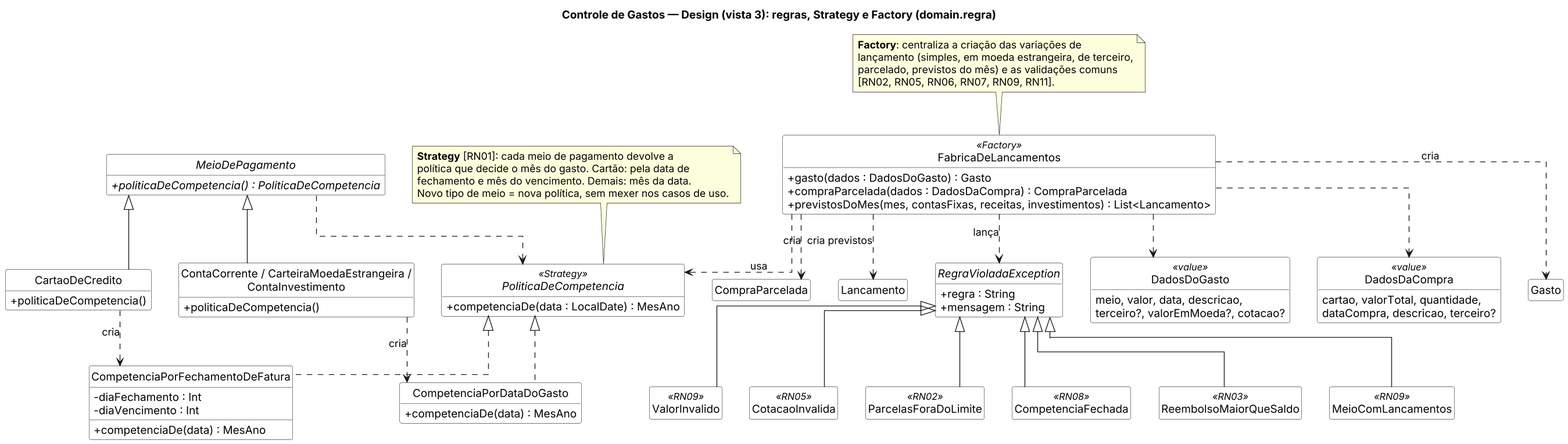
Above: docs/uml/design-3-regras.png in gabrielfbarbosa/gasto-certo (PlantUML), before the change.
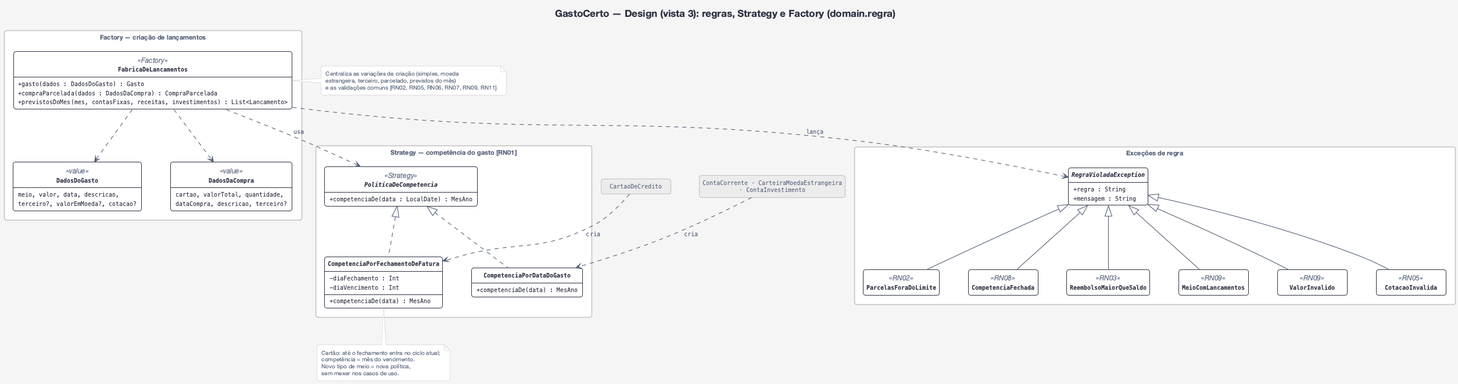
Above is the later version.

Diff of the diagram source:
```diff
@@ -1,84 +1,63 @@
 @startuml design-3-regras
-skinparamlocked dpi 130
-title Controle de Gastos — Design (vista 3): regras, Strategy e Factory (domain.regra)
-skinparam shadowing false
-skinparam defaultFontName Helvetica
-skinparam classAttributeIconSize 0
-skinparam linetype ortho
-skinparam nodesep 35
-skinparam ranksep 55
-skinparam class {
-  BackgroundColor #FFFFFF
-  BorderColor #444444
-}
+!include estilo.iuml
 hide circle
 hide empty members
+hide <<ref>> members
+hide <<ref>> stereotype
+hide <<foco>> stereotype
+title GastoCerto — Design (vista 3): regras, Strategy e Factory (domain.regra)
 
-interface PoliticaDeCompetencia <<Strategy>> {
-  + competenciaDe(data : LocalDate) : MesAno
+package "Strategy — competência do gasto [RN01]" {
+  interface PoliticaDeCompetencia <<Strategy>> {
+    + competenciaDe(data : LocalDate) : MesAno
+  }
+  class CompetenciaPorFechamentoDeFatura {
+    - diaFechamento : Int
+    - diaVencimento : Int
+    + competenciaDe(data) : MesAno
+  }
+  class CompetenciaPorDataDoGasto {
+    + competenciaDe(data) : MesAno
+  }
 }
-class CompetenciaPorFechamentoDeFatura {
-  - diaFechamento : Int
-  - diaVencimento : Int
-  + competenciaDe(data) : MesAno
+package "Factory — criação de lançamentos" {
+  class FabricaDeLancamentos <<Factory>> {
+    + gasto(dados : DadosDoGasto) : Gasto
+    + compraParcelada(dados : DadosDaCompra) : CompraParcelada
+    + previstosDoMes(mes, contasFixas, receitas, investimentos) : List<Lancamento>
+  }
+  class DadosDoGasto <<value>> {
+    meio, valor, data, descricao,
+    terceiro?, valorEmMoeda?, cotacao?
+  }
+  class DadosDaCompra <<value>> {
+    cartao, valorTotal, quantidade,
+    dataCompra, descricao, terceiro?
+  }
 }
-class CompetenciaPorDataDoGasto {
-  + competenciaDe(data) : MesAno
+package "Exceções de regra" {
+  abstract class RegraVioladaException {
+    + regra : String
+    + mensagem : String
+  }
+  class ValorInvalido <<RN09>>
+  class CotacaoInvalida <<RN05>>
+  class ParcelasForaDoLimite <<RN02>>
+  class CompetenciaFechada <<RN08>>
+  class ReembolsoMaiorQueSaldo <<RN03>>
+  class MeioComLancamentos <<RN09>>
 }
-abstract class MeioDePagamento {
-  + {abstract} politicaDeCompetencia() : PoliticaDeCompetencia
-}
-class CartaoDeCredito {
-  + politicaDeCompetencia()
-}
-class "ContaCorrente / CarteiraMoedaEstrangeira /\nContaInvestimento" as Outros {
-  + politicaDeCompetencia()
-}
-
-class FabricaDeLancamentos <<Factory>> {
-  + gasto(dados : DadosDoGasto) : Gasto
-  + compraParcelada(dados : DadosDaCompra) : CompraParcelada
-  + previstosDoMes(mes, contasFixas, receitas, investimentos) : List<Lancamento>
-}
-class DadosDoGasto <<value>> {
-  meio, valor, data, descricao,
-  terceiro?, valorEmMoeda?, cotacao?
-}
-class DadosDaCompra <<value>> {
-  cartao, valorTotal, quantidade,
-  dataCompra, descricao, terceiro?
-}
-class Gasto
-class CompraParcelada
-class Lancamento
-
-abstract class RegraVioladaException {
-  + regra : String
-  + mensagem : String
-}
-class ValorInvalido <<RN09>>
-class CotacaoInvalida <<RN05>>
-class ParcelasForaDoLimite <<RN02>>
-class CompetenciaFechada <<RN08>>
-class ReembolsoMaiorQueSaldo <<RN03>>
-class MeioComLancamentos <<RN09>>
+class "CartaoDeCredito" as Cartao <<ref>>
+class "ContaCorrente · CarteiraMoedaEstrangeira\n· ContaInvestimento" as Outros <<ref>>
 
 PoliticaDeCompetencia <|.. CompetenciaPorFechamentoDeFatura
 PoliticaDeCompetencia <|.. CompetenciaPorDataDoGasto
-MeioDePagamento <|-- CartaoDeCredito
-MeioDePagamento <|-- Outros
-MeioDePagamento .right.> PoliticaDeCompetencia
-CartaoDeCredito ..> CompetenciaPorFechamentoDeFatura : cria
+Cartao ..> CompetenciaPorFechamentoDeFatura : cria
 Outros ..> CompetenciaPorDataDoGasto : cria
-
 FabricaDeLancamentos ..> DadosDoGasto
 FabricaDeLancamentos ..> DadosDaCompra
-FabricaDeLancamentos ..> Gasto : cria
-FabricaDeLancamentos ..> CompraParcelada : cria
-FabricaDeLancamentos ..> Lancamento : cria previstos
 FabricaDeLancamentos ..> PoliticaDeCompetencia : usa
 FabricaDeLancamentos ..> RegraVioladaException : lança
-
 RegraVioladaException <|-- ValorInvalido
 RegraVioladaException <|-- CotacaoInvalida
 RegraVioladaException <|-- ParcelasForaDoLimite
@@ -86,18 +65,15 @@
 RegraVioladaException <|-- ReembolsoMaiorQueSaldo
 RegraVioladaException <|-- MeioComLancamentos
 
-note as N1
-  <b>Strategy</b> [RN01]: cada meio de pagamento devolve a
-  política que decide o mês do gasto. Cartão: pela data de
-  fechamento e mês do vencimento. Demais: mês da data.
-  Novo tipo de meio = nova política, sem mexer nos casos de uso.
+note bottom of CompetenciaPorFechamentoDeFatura
+  Cartão: até o fechamento entra no ciclo atual;
+  competência = mês do vencimento.
+  Novo tipo de meio = nova política,
+  sem mexer nos casos de uso.
 end note
-note as N2
-  <b>Factory</b>: centraliza a criação das variações de
-  lançamento (simples, em moeda estrangeira, de terceiro,
-  parcelado, previstos do mês) e as validações comuns
-  [RN02, RN05, RN06, RN07, RN09, RN11].
+note right of FabricaDeLancamentos
+  Centraliza as variações de criação (simples, moeda
+  estrangeira, terceiro, parcelado, previstos do mês)
+  e as validações comuns [RN02, RN05, RN06, RN07, RN09, RN11]
 end note
-N1 .. PoliticaDeCompetencia
-N2 .. FabricaDeLancamentos
 @enduml
```
